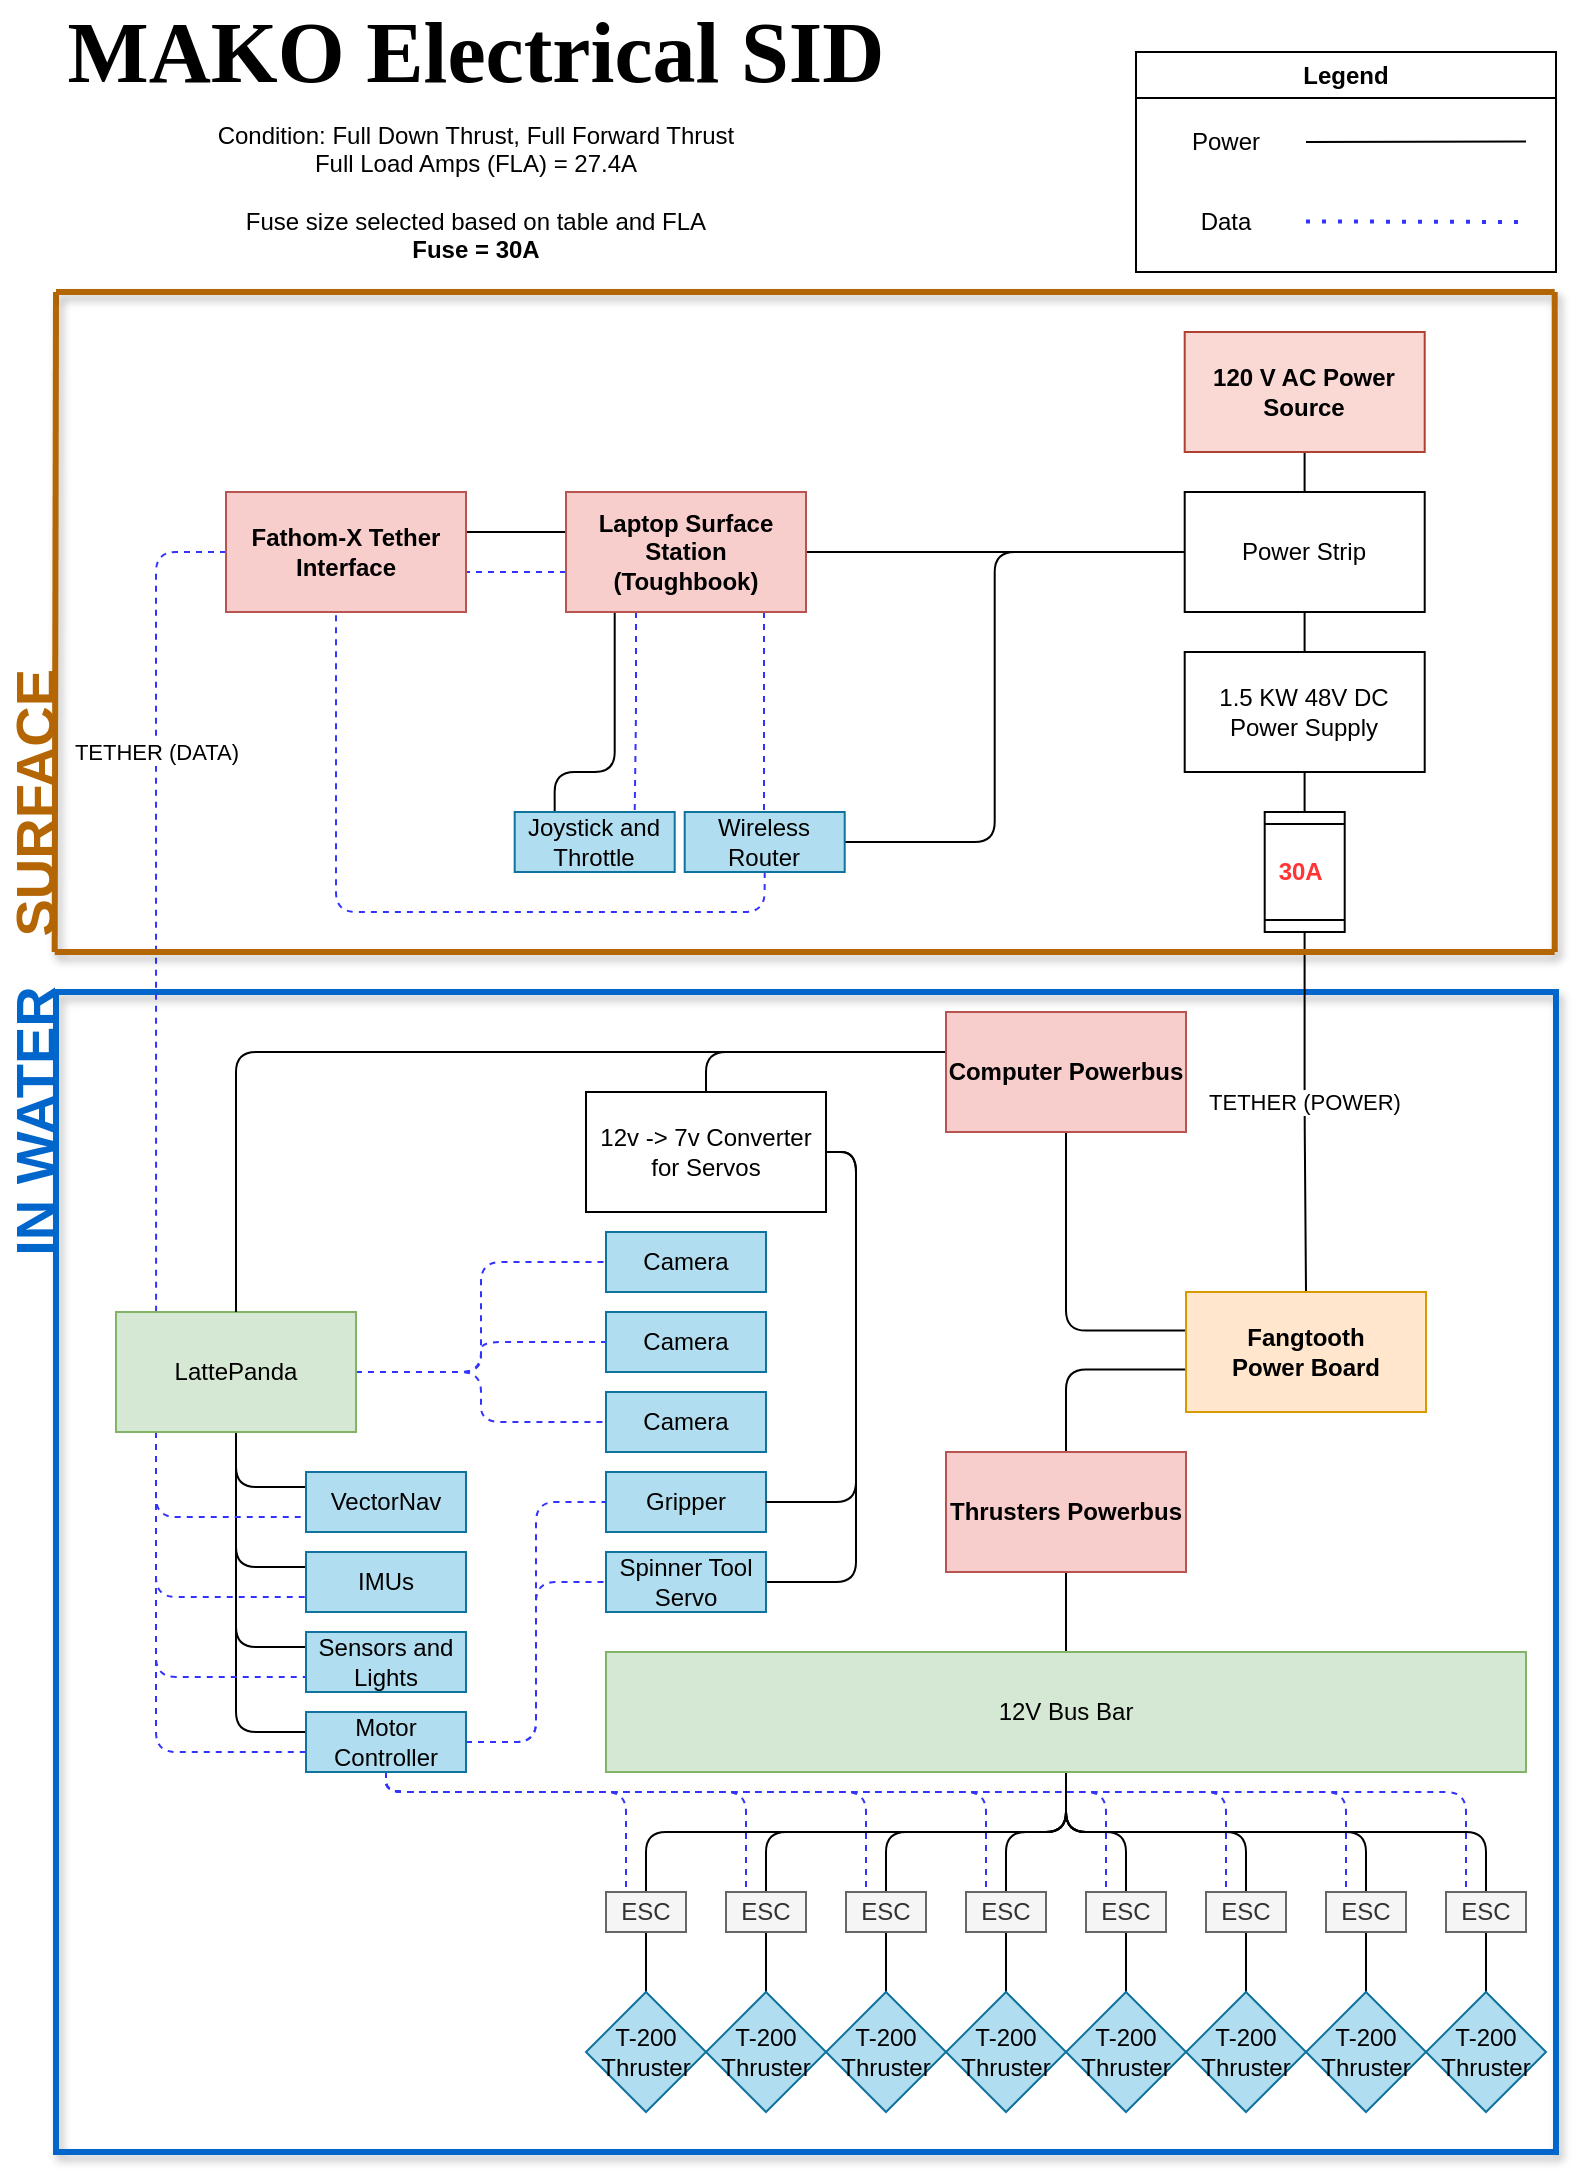
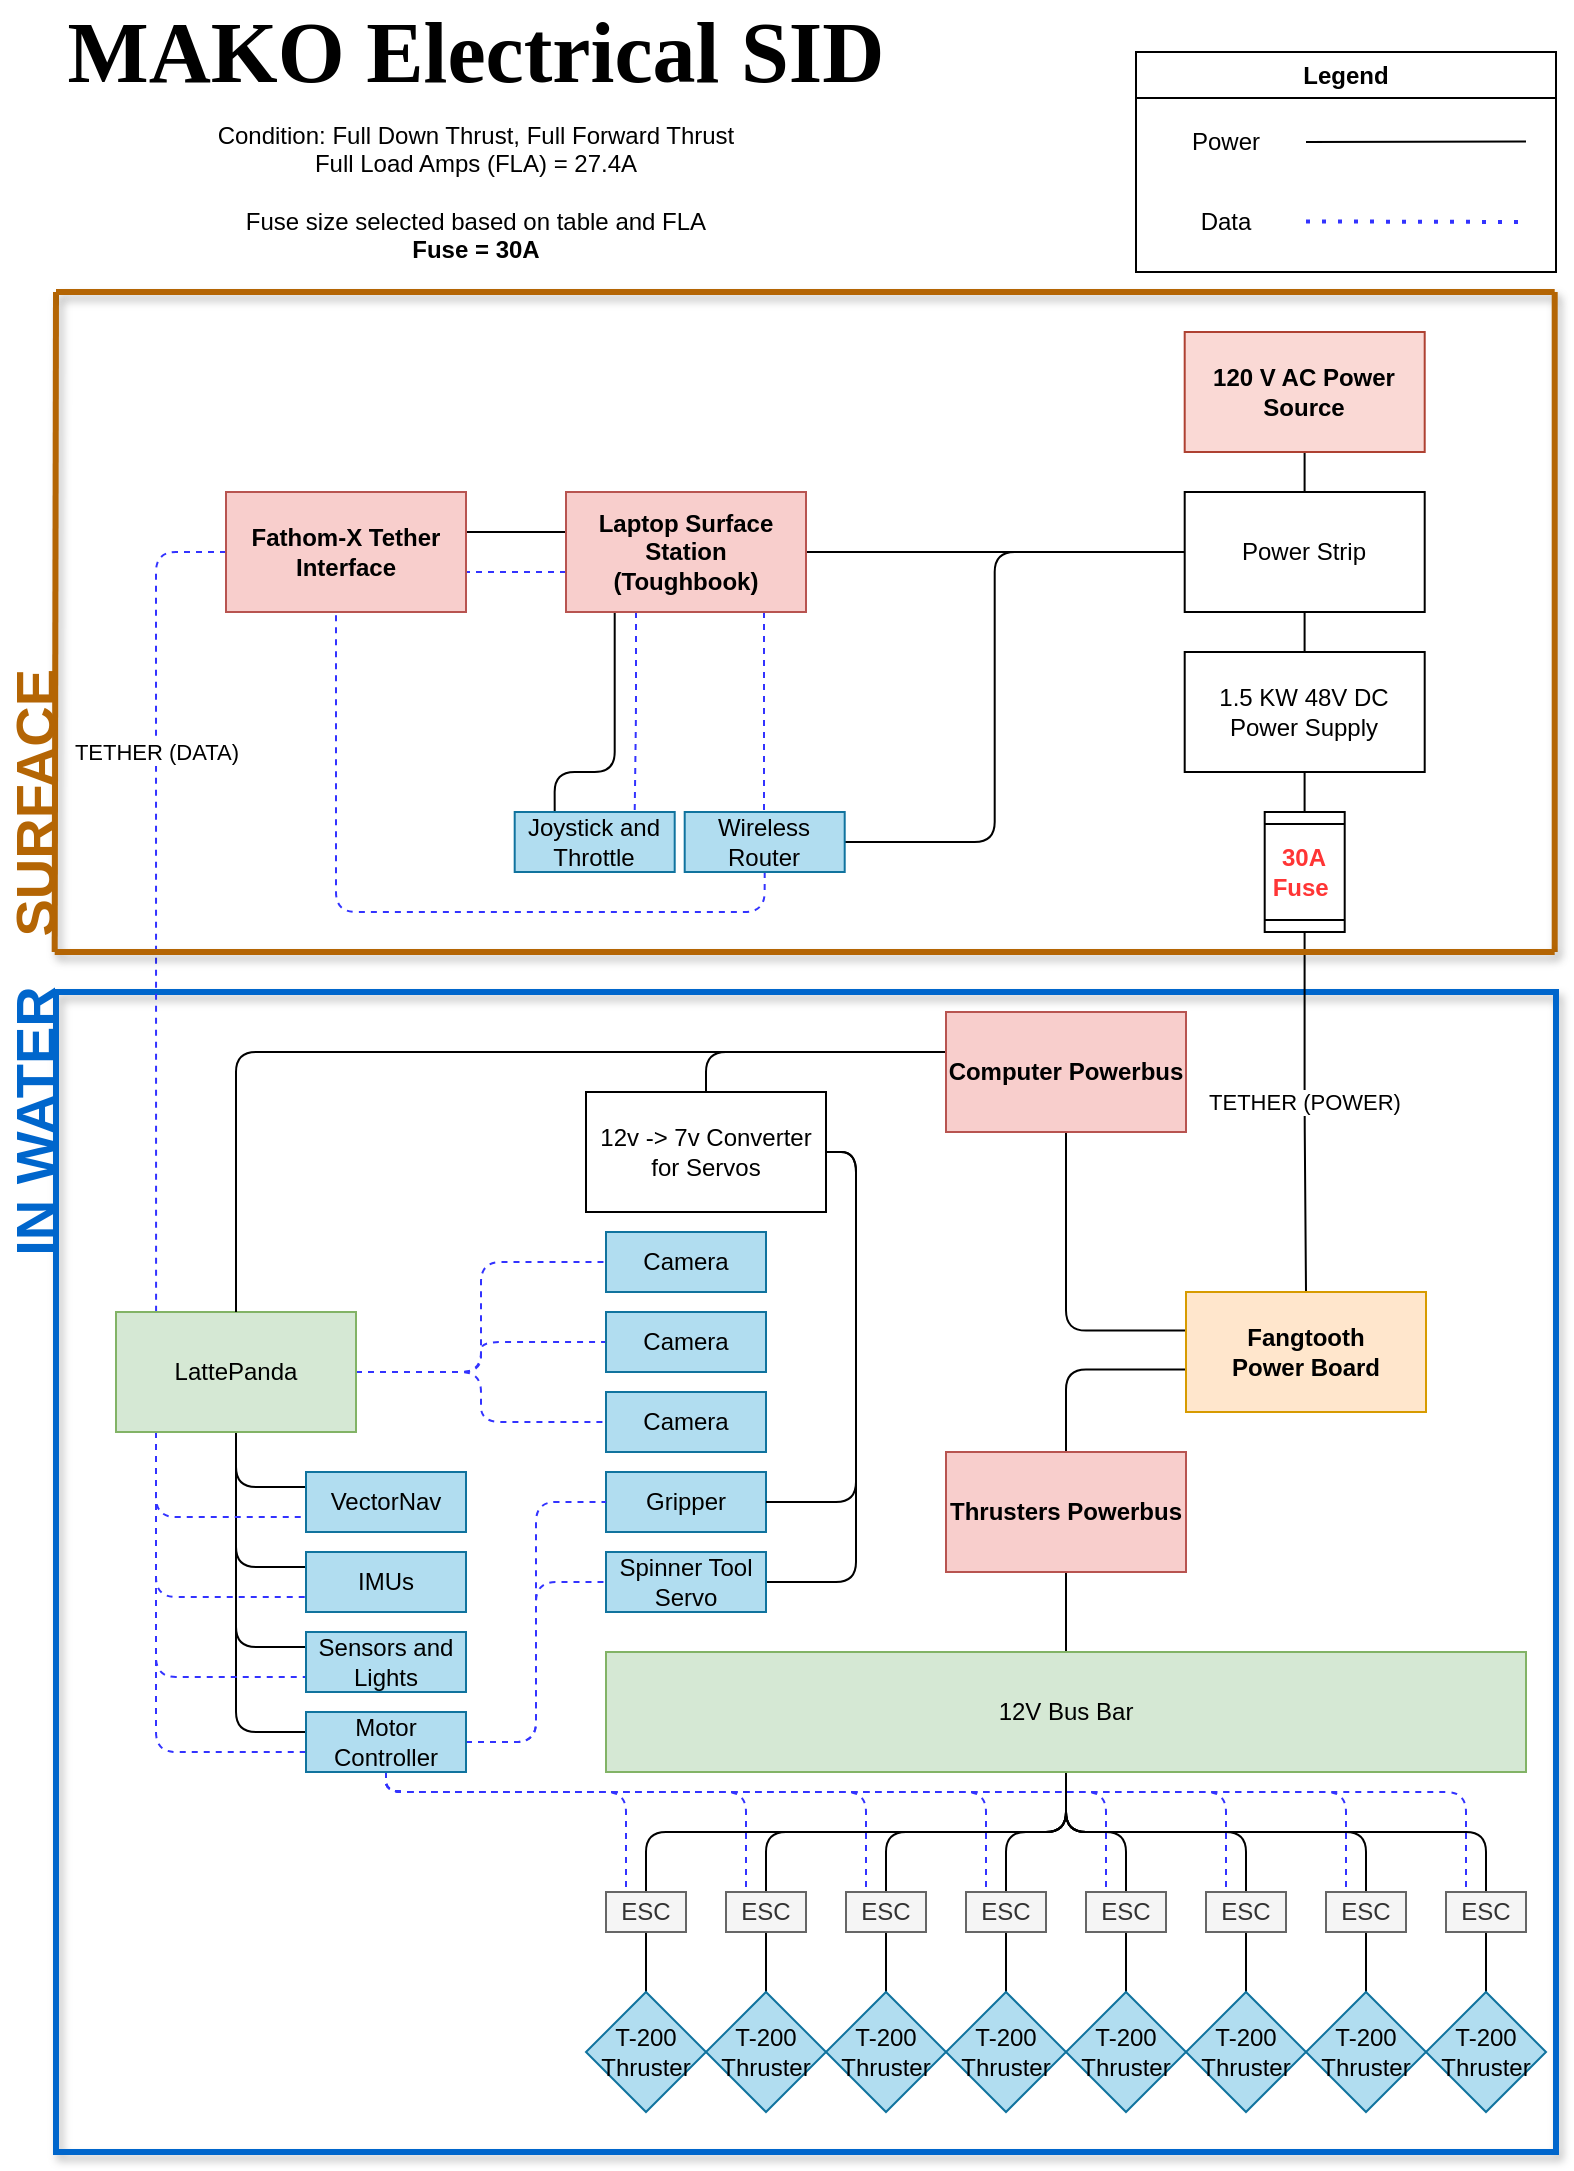
<mxfile host="app.diagrams.net" agent="Mozilla/5.0 (Windows NT 10.0; Win64; x64; rv:139.0) Gecko/20100101 Firefox/139.0">
  <diagram name="Page-1" id="doaNbLGYiiKzRFzNWdXi">
    <mxGraphModel dx="567" dy="822" grid="1" gridSize="10" guides="1" tooltips="1" connect="1" arrows="1" fold="1" page="1" pageScale="1" pageWidth="850" pageHeight="1100" math="0" shadow="0">
      <root>
        <mxCell id="0" />
        <mxCell id="1" parent="0" />
        <mxCell id="0vSBfI8_46AL9H7hPHAw-18" parent="1" style="rounded=0;whiteSpace=wrap;html=1;fillColor=none;strokeWidth=3;strokeColor=#0066CC;glass=0;shadow=1;" value="" vertex="1">
          <mxGeometry height="580" width="750" x="890" y="500" as="geometry" />
        </mxCell>
        <mxCell id="59XTsty1G1Yx93DkZX_j-1" parent="1" style="text;html=1;whiteSpace=wrap;strokeColor=none;fillColor=none;align=center;verticalAlign=middle;rounded=0;fontFamily=Times New Roman;fontStyle=1" value="&lt;font style=&quot;font-size: 43px;&quot;&gt;&lt;span&gt;MAKO Electrical SID&lt;/span&gt;&lt;/font&gt;" vertex="1">
          <mxGeometry height="40" width="420" x="890" y="10" as="geometry" />
        </mxCell>
        <mxCell id="59XTsty1G1Yx93DkZX_j-24" edge="1" parent="1" style="edgeStyle=orthogonalEdgeStyle;rounded=0;orthogonalLoop=1;jettySize=auto;html=1;exitX=0.5;exitY=1;exitDx=0;exitDy=0;">
          <mxGeometry relative="1" as="geometry">
            <mxPoint x="1435" y="910" as="sourcePoint" />
            <mxPoint x="1435" y="910" as="targetPoint" />
          </mxGeometry>
        </mxCell>
        <mxCell id="59XTsty1G1Yx93DkZX_j-45" parent="1" style="swimlane;whiteSpace=wrap;html=1;" value="Legend" vertex="1">
          <mxGeometry height="110" width="210" x="1430" y="30" as="geometry" />
        </mxCell>
        <mxCell id="59XTsty1G1Yx93DkZX_j-46" parent="59XTsty1G1Yx93DkZX_j-45" style="text;html=1;whiteSpace=wrap;strokeColor=none;fillColor=none;align=center;verticalAlign=middle;rounded=0;" value="Power" vertex="1">
          <mxGeometry height="30" width="60" x="15" y="30" as="geometry" />
        </mxCell>
        <mxCell id="59XTsty1G1Yx93DkZX_j-47" parent="59XTsty1G1Yx93DkZX_j-45" style="text;html=1;whiteSpace=wrap;strokeColor=none;fillColor=none;align=center;verticalAlign=middle;rounded=0;" value="Data" vertex="1">
          <mxGeometry height="30" width="60" x="15" y="70" as="geometry" />
        </mxCell>
        <mxCell id="59XTsty1G1Yx93DkZX_j-53" edge="1" parent="59XTsty1G1Yx93DkZX_j-45" style="endArrow=none;dashed=1;html=1;dashPattern=1 3;strokeWidth=2;strokeColor=#3333FF;" value="">
          <mxGeometry height="50" relative="1" width="50" as="geometry">
            <mxPoint x="85" y="84.72" as="sourcePoint" />
            <mxPoint x="195" y="85" as="targetPoint" />
          </mxGeometry>
        </mxCell>
        <mxCell id="59XTsty1G1Yx93DkZX_j-54" edge="1" parent="59XTsty1G1Yx93DkZX_j-45" style="endArrow=none;html=1;strokeColor=#000000;" value="">
          <mxGeometry height="50" relative="1" width="50" as="geometry">
            <mxPoint x="85" y="45.06" as="sourcePoint" />
            <mxPoint x="195" y="44.78" as="targetPoint" />
          </mxGeometry>
        </mxCell>
        <mxCell id="59XTsty1G1Yx93DkZX_j-216" edge="1" parent="1" source="59XTsty1G1Yx93DkZX_j-57" style="edgeStyle=orthogonalEdgeStyle;orthogonalLoop=1;jettySize=auto;html=1;endArrow=none;endFill=0;" target="59XTsty1G1Yx93DkZX_j-208" value="">
          <mxGeometry relative="1" as="geometry" />
        </mxCell>
        <mxCell id="59XTsty1G1Yx93DkZX_j-57" parent="1" style="rounded=0;whiteSpace=wrap;html=1;fillColor=#fad9d5;strokeColor=#ae4132;fontStyle=1" value="120 V AC Power Source" vertex="1">
          <mxGeometry height="60" width="120" x="1454.35" y="170" as="geometry" />
        </mxCell>
        <mxCell id="59XTsty1G1Yx93DkZX_j-71" edge="1" parent="1" source="59XTsty1G1Yx93DkZX_j-66" style="edgeStyle=orthogonalEdgeStyle;orthogonalLoop=1;jettySize=auto;html=1;endArrow=none;endFill=0;" target="59XTsty1G1Yx93DkZX_j-70" value="">
          <mxGeometry relative="1" as="geometry" />
        </mxCell>
        <mxCell id="59XTsty1G1Yx93DkZX_j-66" parent="1" style="rounded=0;whiteSpace=wrap;html=1;" value="&lt;div&gt;1.5 KW 48V DC Power Supply&lt;/div&gt;" vertex="1">
          <mxGeometry height="60" width="120" x="1454.35" y="330" as="geometry" />
        </mxCell>
        <mxCell id="59XTsty1G1Yx93DkZX_j-81" edge="1" parent="1" source="59XTsty1G1Yx93DkZX_j-70" style="edgeStyle=orthogonalEdgeStyle;orthogonalLoop=1;jettySize=auto;html=1;entryX=0.5;entryY=0;entryDx=0;entryDy=0;endArrow=none;endFill=0;" target="59XTsty1G1Yx93DkZX_j-101" value="">
          <mxGeometry relative="1" as="geometry">
            <mxPoint x="1515" y="470" as="targetPoint" />
          </mxGeometry>
        </mxCell>
        <mxCell id="59XTsty1G1Yx93DkZX_j-99" connectable="0" parent="59XTsty1G1Yx93DkZX_j-81" style="edgeLabel;html=1;align=center;verticalAlign=middle;resizable=0;points=[];" value="TETHER (POWER)" vertex="1">
          <mxGeometry relative="1" x="-0.062" y="-1" as="geometry">
            <mxPoint as="offset" />
          </mxGeometry>
        </mxCell>
-         <mxCell id="59XTsty1G1Yx93DkZX_j-70" parent="1" style="shape=process;whiteSpace=wrap;html=1;backgroundOutline=1;rounded=0;direction=south;" value="&lt;div&gt;&lt;b style=&quot;color: rgb(255, 53, 53);&quot;&gt;30A&amp;nbsp;&lt;/b&gt;&lt;/div&gt;" vertex="1">
+         <mxCell id="59XTsty1G1Yx93DkZX_j-70" parent="1" style="shape=process;whiteSpace=wrap;html=1;backgroundOutline=1;rounded=0;direction=south;" value="&lt;div&gt;&lt;b style=&quot;color: rgb(255, 53, 53);&quot;&gt;30A&lt;/b&gt;&lt;/div&gt;&lt;div&gt;&lt;b style=&quot;color: rgb(255, 53, 53);&quot;&gt;Fuse&amp;nbsp;&lt;/b&gt;&lt;/div&gt;" vertex="1">
          <mxGeometry height="60" width="40" x="1494.35" y="410" as="geometry" />
        </mxCell>
        <mxCell id="59XTsty1G1Yx93DkZX_j-83" parent="1" style="text;html=1;whiteSpace=wrap;strokeColor=none;fillColor=none;align=center;verticalAlign=middle;rounded=0;" value="&lt;div&gt;Condition: Full Down Thrust, Full Forward Thrust&lt;/div&gt;&lt;div&gt;Full Load Amps (FLA) = 27.4A&lt;/div&gt;&lt;div&gt;&lt;br&gt;&lt;/div&gt;&lt;div&gt;Fuse size selected based on table and FLA&lt;/div&gt;&lt;div&gt;&lt;b&gt;Fuse = 30A&lt;/b&gt;&lt;/div&gt;" vertex="1">
          <mxGeometry height="80" width="410" x="894.9999999999999" y="60" as="geometry" />
        </mxCell>
        <mxCell id="59XTsty1G1Yx93DkZX_j-205" edge="1" parent="1" source="59XTsty1G1Yx93DkZX_j-101" style="edgeStyle=orthogonalEdgeStyle;orthogonalLoop=1;jettySize=auto;html=1;entryX=0.5;entryY=1;entryDx=0;entryDy=0;exitX=-0.004;exitY=0.321;exitDx=0;exitDy=0;exitPerimeter=0;endArrow=none;endFill=0;" target="59XTsty1G1Yx93DkZX_j-180">
          <mxGeometry relative="1" as="geometry" />
        </mxCell>
        <mxCell id="59XTsty1G1Yx93DkZX_j-206" edge="1" parent="1" source="59XTsty1G1Yx93DkZX_j-101" style="edgeStyle=orthogonalEdgeStyle;orthogonalLoop=1;jettySize=auto;html=1;exitX=0.001;exitY=0.645;exitDx=0;exitDy=0;exitPerimeter=0;endArrow=none;endFill=0;" target="59XTsty1G1Yx93DkZX_j-102">
          <mxGeometry relative="1" as="geometry" />
        </mxCell>
        <mxCell id="59XTsty1G1Yx93DkZX_j-101" parent="1" style="rounded=0;whiteSpace=wrap;html=1;fillColor=#ffe6cc;strokeColor=#d79b00;fontStyle=1" value="&lt;div&gt;Fangtooth&lt;/div&gt;&lt;div&gt;Power Board&lt;/div&gt;" vertex="1">
          <mxGeometry height="60" width="120" x="1455" y="650" as="geometry" />
        </mxCell>
        <mxCell id="59XTsty1G1Yx93DkZX_j-113" edge="1" parent="1" source="59XTsty1G1Yx93DkZX_j-102" style="edgeStyle=orthogonalEdgeStyle;orthogonalLoop=1;jettySize=auto;html=1;entryX=0.5;entryY=0;entryDx=0;entryDy=0;endArrow=none;endFill=0;" target="59XTsty1G1Yx93DkZX_j-108">
          <mxGeometry relative="1" as="geometry" />
        </mxCell>
        <mxCell id="59XTsty1G1Yx93DkZX_j-102" parent="1" style="rounded=0;whiteSpace=wrap;html=1;fillColor=#f8cecc;strokeColor=#b85450;fontStyle=1" value="Thrusters Powerbus" vertex="1">
          <mxGeometry height="60" width="120" x="1335" y="730" as="geometry" />
        </mxCell>
        <mxCell id="59XTsty1G1Yx93DkZX_j-135" edge="1" parent="1" source="59XTsty1G1Yx93DkZX_j-108" style="edgeStyle=orthogonalEdgeStyle;orthogonalLoop=1;jettySize=auto;html=1;entryX=0.5;entryY=0;entryDx=0;entryDy=0;endArrow=none;endFill=0;" target="59XTsty1G1Yx93DkZX_j-116">
          <mxGeometry relative="1" as="geometry" />
        </mxCell>
        <mxCell id="59XTsty1G1Yx93DkZX_j-137" edge="1" parent="1" source="59XTsty1G1Yx93DkZX_j-108" style="edgeStyle=orthogonalEdgeStyle;orthogonalLoop=1;jettySize=auto;html=1;entryX=0.5;entryY=0;entryDx=0;entryDy=0;endArrow=none;endFill=0;" target="59XTsty1G1Yx93DkZX_j-120">
          <mxGeometry relative="1" as="geometry" />
        </mxCell>
        <mxCell id="59XTsty1G1Yx93DkZX_j-138" edge="1" parent="1" source="59XTsty1G1Yx93DkZX_j-108" style="edgeStyle=orthogonalEdgeStyle;orthogonalLoop=1;jettySize=auto;html=1;entryX=0.5;entryY=0;entryDx=0;entryDy=0;endArrow=none;endFill=0;" target="59XTsty1G1Yx93DkZX_j-117">
          <mxGeometry relative="1" as="geometry" />
        </mxCell>
        <mxCell id="59XTsty1G1Yx93DkZX_j-139" edge="1" parent="1" source="59XTsty1G1Yx93DkZX_j-108" style="edgeStyle=orthogonalEdgeStyle;orthogonalLoop=1;jettySize=auto;html=1;entryX=0.5;entryY=0;entryDx=0;entryDy=0;endArrow=none;endFill=0;" target="59XTsty1G1Yx93DkZX_j-118">
          <mxGeometry relative="1" as="geometry" />
        </mxCell>
        <mxCell id="59XTsty1G1Yx93DkZX_j-140" edge="1" parent="1" source="59XTsty1G1Yx93DkZX_j-108" style="edgeStyle=orthogonalEdgeStyle;orthogonalLoop=1;jettySize=auto;html=1;entryX=0.5;entryY=0;entryDx=0;entryDy=0;endArrow=none;endFill=0;" target="59XTsty1G1Yx93DkZX_j-121">
          <mxGeometry relative="1" as="geometry" />
        </mxCell>
        <mxCell id="59XTsty1G1Yx93DkZX_j-141" edge="1" parent="1" source="59XTsty1G1Yx93DkZX_j-108" style="edgeStyle=orthogonalEdgeStyle;orthogonalLoop=1;jettySize=auto;html=1;entryX=0.5;entryY=0;entryDx=0;entryDy=0;endArrow=none;endFill=0;" target="59XTsty1G1Yx93DkZX_j-122">
          <mxGeometry relative="1" as="geometry" />
        </mxCell>
        <mxCell id="59XTsty1G1Yx93DkZX_j-142" edge="1" parent="1" source="59XTsty1G1Yx93DkZX_j-108" style="edgeStyle=orthogonalEdgeStyle;orthogonalLoop=1;jettySize=auto;html=1;entryX=0.5;entryY=0;entryDx=0;entryDy=0;endArrow=none;endFill=0;" target="59XTsty1G1Yx93DkZX_j-123">
          <mxGeometry relative="1" as="geometry" />
        </mxCell>
        <mxCell id="59XTsty1G1Yx93DkZX_j-143" edge="1" parent="1" source="59XTsty1G1Yx93DkZX_j-108" style="edgeStyle=orthogonalEdgeStyle;orthogonalLoop=1;jettySize=auto;html=1;endArrow=none;endFill=0;" target="59XTsty1G1Yx93DkZX_j-124">
          <mxGeometry relative="1" as="geometry" />
        </mxCell>
        <mxCell id="59XTsty1G1Yx93DkZX_j-108" parent="1" style="rounded=0;whiteSpace=wrap;html=1;fillColor=#d5e8d4;strokeColor=#82b366;fontStyle=0" value="&lt;span&gt;12V Bus Bar&lt;/span&gt;" vertex="1">
          <mxGeometry height="60" width="460" x="1165" y="830" as="geometry" />
        </mxCell>
        <mxCell id="59XTsty1G1Yx93DkZX_j-158" edge="1" parent="1" source="59XTsty1G1Yx93DkZX_j-111" style="edgeStyle=orthogonalEdgeStyle;orthogonalLoop=1;jettySize=auto;html=1;entryX=0;entryY=0.5;entryDx=0;entryDy=0;dashed=1;strokeColor=#3333FF;endArrow=none;endFill=0;" target="59XTsty1G1Yx93DkZX_j-154">
          <mxGeometry relative="1" as="geometry" />
        </mxCell>
        <mxCell id="59XTsty1G1Yx93DkZX_j-159" edge="1" parent="1" source="59XTsty1G1Yx93DkZX_j-111" style="edgeStyle=orthogonalEdgeStyle;orthogonalLoop=1;jettySize=auto;html=1;entryX=0;entryY=0.5;entryDx=0;entryDy=0;dashed=1;strokeColor=#3333FF;endArrow=none;endFill=0;" target="59XTsty1G1Yx93DkZX_j-153">
          <mxGeometry relative="1" as="geometry" />
        </mxCell>
        <mxCell id="59XTsty1G1Yx93DkZX_j-232" edge="1" parent="1" source="59XTsty1G1Yx93DkZX_j-111" style="edgeStyle=orthogonalEdgeStyle;orthogonalLoop=1;jettySize=auto;html=1;entryX=0;entryY=0.25;entryDx=0;entryDy=0;endArrow=none;endFill=0;" target="59XTsty1G1Yx93DkZX_j-164">
          <mxGeometry relative="1" as="geometry">
            <Array as="points">
              <mxPoint x="980" y="748" />
            </Array>
          </mxGeometry>
        </mxCell>
        <mxCell id="59XTsty1G1Yx93DkZX_j-233" edge="1" parent="1" source="59XTsty1G1Yx93DkZX_j-111" style="edgeStyle=orthogonalEdgeStyle;orthogonalLoop=1;jettySize=auto;html=1;entryX=0;entryY=0.25;entryDx=0;entryDy=0;endArrow=none;endFill=0;" target="59XTsty1G1Yx93DkZX_j-163">
          <mxGeometry relative="1" as="geometry">
            <Array as="points">
              <mxPoint x="980" y="788" />
            </Array>
          </mxGeometry>
        </mxCell>
        <mxCell id="59XTsty1G1Yx93DkZX_j-234" edge="1" parent="1" source="59XTsty1G1Yx93DkZX_j-111" style="edgeStyle=orthogonalEdgeStyle;orthogonalLoop=1;jettySize=auto;html=1;entryX=0;entryY=0.25;entryDx=0;entryDy=0;endArrow=none;endFill=0;" target="59XTsty1G1Yx93DkZX_j-165">
          <mxGeometry relative="1" as="geometry">
            <Array as="points">
              <mxPoint x="980" y="828" />
            </Array>
          </mxGeometry>
        </mxCell>
        <mxCell id="59XTsty1G1Yx93DkZX_j-235" edge="1" parent="1" source="59XTsty1G1Yx93DkZX_j-111" style="edgeStyle=orthogonalEdgeStyle;orthogonalLoop=1;jettySize=auto;html=1;entryX=0.003;entryY=0.353;entryDx=0;entryDy=0;entryPerimeter=0;endArrow=none;endFill=0;" target="59XTsty1G1Yx93DkZX_j-231">
          <mxGeometry relative="1" as="geometry">
            <Array as="points">
              <mxPoint x="980" y="870" />
              <mxPoint x="1015" y="870" />
            </Array>
          </mxGeometry>
        </mxCell>
        <mxCell id="59XTsty1G1Yx93DkZX_j-236" edge="1" parent="1" source="59XTsty1G1Yx93DkZX_j-111" style="edgeStyle=orthogonalEdgeStyle;orthogonalLoop=1;jettySize=auto;html=1;entryX=-0.002;entryY=0.647;entryDx=0;entryDy=0;dashed=1;strokeColor=#3333FF;entryPerimeter=0;endArrow=none;endFill=0;" target="59XTsty1G1Yx93DkZX_j-231">
          <mxGeometry relative="1" as="geometry">
            <Array as="points">
              <mxPoint x="940" y="880" />
              <mxPoint x="1015" y="880" />
            </Array>
          </mxGeometry>
        </mxCell>
        <mxCell id="59XTsty1G1Yx93DkZX_j-237" edge="1" parent="1" source="59XTsty1G1Yx93DkZX_j-111" style="edgeStyle=orthogonalEdgeStyle;orthogonalLoop=1;jettySize=auto;html=1;entryX=0;entryY=0.75;entryDx=0;entryDy=0;dashed=1;strokeColor=#3333FF;endArrow=none;endFill=0;" target="59XTsty1G1Yx93DkZX_j-165">
          <mxGeometry relative="1" as="geometry">
            <Array as="points">
              <mxPoint x="940" y="843" />
            </Array>
          </mxGeometry>
        </mxCell>
        <mxCell id="59XTsty1G1Yx93DkZX_j-238" edge="1" parent="1" source="59XTsty1G1Yx93DkZX_j-111" style="edgeStyle=orthogonalEdgeStyle;orthogonalLoop=1;jettySize=auto;html=1;entryX=0;entryY=0.75;entryDx=0;entryDy=0;dashed=1;strokeColor=#3333FF;endArrow=none;endFill=0;" target="59XTsty1G1Yx93DkZX_j-163">
          <mxGeometry relative="1" as="geometry">
            <Array as="points">
              <mxPoint x="940" y="803" />
            </Array>
          </mxGeometry>
        </mxCell>
        <mxCell id="59XTsty1G1Yx93DkZX_j-239" edge="1" parent="1" source="59XTsty1G1Yx93DkZX_j-111" style="edgeStyle=orthogonalEdgeStyle;orthogonalLoop=1;jettySize=auto;html=1;entryX=0;entryY=0.75;entryDx=0;entryDy=0;dashed=1;strokeColor=#3333FF;endArrow=none;endFill=0;" target="59XTsty1G1Yx93DkZX_j-164">
          <mxGeometry relative="1" as="geometry">
            <Array as="points">
              <mxPoint x="940" y="763" />
            </Array>
          </mxGeometry>
        </mxCell>
        <mxCell id="0vSBfI8_46AL9H7hPHAw-38" edge="1" parent="1" source="59XTsty1G1Yx93DkZX_j-111" style="edgeStyle=orthogonalEdgeStyle;rounded=1;orthogonalLoop=1;jettySize=auto;html=1;entryX=0;entryY=0.5;entryDx=0;entryDy=0;curved=0;endArrow=none;endFill=0;dashed=1;strokeColor=#3333FF;" target="0vSBfI8_46AL9H7hPHAw-37">
          <mxGeometry relative="1" as="geometry" />
        </mxCell>
        <mxCell id="59XTsty1G1Yx93DkZX_j-111" parent="1" style="rounded=0;whiteSpace=wrap;html=1;fillColor=#d5e8d4;strokeColor=#82b366;" value="LattePanda" vertex="1">
          <mxGeometry height="60" width="120" x="920" y="660" as="geometry" />
        </mxCell>
        <mxCell id="59XTsty1G1Yx93DkZX_j-145" edge="1" parent="1" source="59XTsty1G1Yx93DkZX_j-116" style="edgeStyle=orthogonalEdgeStyle;orthogonalLoop=1;jettySize=auto;html=1;entryX=0.5;entryY=0;entryDx=0;entryDy=0;endArrow=none;endFill=0;" target="59XTsty1G1Yx93DkZX_j-126">
          <mxGeometry relative="1" as="geometry" />
        </mxCell>
        <mxCell id="59XTsty1G1Yx93DkZX_j-116" parent="1" style="rounded=0;whiteSpace=wrap;html=1;fillColor=#f5f5f5;fontColor=#333333;strokeColor=#666666;" value="ESC" vertex="1">
          <mxGeometry height="20" width="40" x="1165" y="950" as="geometry" />
        </mxCell>
        <mxCell id="59XTsty1G1Yx93DkZX_j-147" edge="1" parent="1" source="59XTsty1G1Yx93DkZX_j-117" style="edgeStyle=orthogonalEdgeStyle;orthogonalLoop=1;jettySize=auto;html=1;entryX=0.5;entryY=0;entryDx=0;entryDy=0;endArrow=none;endFill=0;" target="59XTsty1G1Yx93DkZX_j-128">
          <mxGeometry relative="1" as="geometry" />
        </mxCell>
        <mxCell id="59XTsty1G1Yx93DkZX_j-117" parent="1" style="rounded=0;whiteSpace=wrap;html=1;fillColor=#f5f5f5;fontColor=#333333;strokeColor=#666666;" value="ESC" vertex="1">
          <mxGeometry height="20" width="40" x="1285" y="950" as="geometry" />
        </mxCell>
        <mxCell id="59XTsty1G1Yx93DkZX_j-148" edge="1" parent="1" source="59XTsty1G1Yx93DkZX_j-118" style="edgeStyle=orthogonalEdgeStyle;orthogonalLoop=1;jettySize=auto;html=1;entryX=0.5;entryY=0;entryDx=0;entryDy=0;endArrow=none;endFill=0;" target="59XTsty1G1Yx93DkZX_j-129">
          <mxGeometry relative="1" as="geometry" />
        </mxCell>
        <mxCell id="59XTsty1G1Yx93DkZX_j-118" parent="1" style="rounded=0;whiteSpace=wrap;html=1;fillColor=#f5f5f5;fontColor=#333333;strokeColor=#666666;" value="ESC" vertex="1">
          <mxGeometry height="20" width="40" x="1345" y="950" as="geometry" />
        </mxCell>
        <mxCell id="59XTsty1G1Yx93DkZX_j-146" edge="1" parent="1" source="59XTsty1G1Yx93DkZX_j-120" style="edgeStyle=orthogonalEdgeStyle;orthogonalLoop=1;jettySize=auto;html=1;entryX=0.5;entryY=0;entryDx=0;entryDy=0;endArrow=none;endFill=0;" target="59XTsty1G1Yx93DkZX_j-127">
          <mxGeometry relative="1" as="geometry" />
        </mxCell>
        <mxCell id="59XTsty1G1Yx93DkZX_j-120" parent="1" style="rounded=0;whiteSpace=wrap;html=1;fillColor=#f5f5f5;fontColor=#333333;strokeColor=#666666;" value="ESC" vertex="1">
          <mxGeometry height="20" width="40" x="1225" y="950" as="geometry" />
        </mxCell>
        <mxCell id="59XTsty1G1Yx93DkZX_j-149" edge="1" parent="1" source="59XTsty1G1Yx93DkZX_j-121" style="edgeStyle=orthogonalEdgeStyle;orthogonalLoop=1;jettySize=auto;html=1;entryX=0.5;entryY=0;entryDx=0;entryDy=0;endArrow=none;endFill=0;" target="59XTsty1G1Yx93DkZX_j-130">
          <mxGeometry relative="1" as="geometry" />
        </mxCell>
        <mxCell id="59XTsty1G1Yx93DkZX_j-121" parent="1" style="rounded=0;whiteSpace=wrap;html=1;fillColor=#f5f5f5;fontColor=#333333;strokeColor=#666666;" value="ESC" vertex="1">
          <mxGeometry height="20" width="40" x="1405" y="950" as="geometry" />
        </mxCell>
        <mxCell id="59XTsty1G1Yx93DkZX_j-150" edge="1" parent="1" source="59XTsty1G1Yx93DkZX_j-122" style="edgeStyle=orthogonalEdgeStyle;orthogonalLoop=1;jettySize=auto;html=1;entryX=0.5;entryY=0;entryDx=0;entryDy=0;endArrow=none;endFill=0;" target="59XTsty1G1Yx93DkZX_j-131">
          <mxGeometry relative="1" as="geometry" />
        </mxCell>
        <mxCell id="59XTsty1G1Yx93DkZX_j-122" parent="1" style="rounded=0;whiteSpace=wrap;html=1;fillColor=#f5f5f5;fontColor=#333333;strokeColor=#666666;" value="ESC" vertex="1">
          <mxGeometry height="20" width="40" x="1465" y="950" as="geometry" />
        </mxCell>
        <mxCell id="59XTsty1G1Yx93DkZX_j-151" edge="1" parent="1" source="59XTsty1G1Yx93DkZX_j-123" style="edgeStyle=orthogonalEdgeStyle;orthogonalLoop=1;jettySize=auto;html=1;entryX=0.5;entryY=0;entryDx=0;entryDy=0;endArrow=none;endFill=0;" target="59XTsty1G1Yx93DkZX_j-132">
          <mxGeometry relative="1" as="geometry" />
        </mxCell>
        <mxCell id="59XTsty1G1Yx93DkZX_j-123" parent="1" style="rounded=0;whiteSpace=wrap;html=1;fillColor=#f5f5f5;fontColor=#333333;strokeColor=#666666;" value="ESC" vertex="1">
          <mxGeometry height="20" width="40" x="1525" y="950" as="geometry" />
        </mxCell>
        <mxCell id="59XTsty1G1Yx93DkZX_j-152" edge="1" parent="1" source="59XTsty1G1Yx93DkZX_j-124" style="edgeStyle=orthogonalEdgeStyle;orthogonalLoop=1;jettySize=auto;html=1;entryX=0.5;entryY=0;entryDx=0;entryDy=0;endArrow=none;endFill=0;" target="59XTsty1G1Yx93DkZX_j-133">
          <mxGeometry relative="1" as="geometry" />
        </mxCell>
        <mxCell id="59XTsty1G1Yx93DkZX_j-124" parent="1" style="rounded=0;whiteSpace=wrap;html=1;fillColor=#f5f5f5;fontColor=#333333;strokeColor=#666666;" value="ESC" vertex="1">
          <mxGeometry height="20" width="40" x="1585" y="950" as="geometry" />
        </mxCell>
        <mxCell id="59XTsty1G1Yx93DkZX_j-126" parent="1" style="rhombus;whiteSpace=wrap;html=1;fillColor=#b1ddf0;strokeColor=#10739e;" value="T-200 Thruster" vertex="1">
          <mxGeometry height="60" width="60" x="1155" y="1000" as="geometry" />
        </mxCell>
        <mxCell id="59XTsty1G1Yx93DkZX_j-127" parent="1" style="rhombus;whiteSpace=wrap;html=1;fillColor=#b1ddf0;strokeColor=#10739e;" value="T-200 Thruster" vertex="1">
          <mxGeometry height="60" width="60" x="1215" y="1000" as="geometry" />
        </mxCell>
        <mxCell id="59XTsty1G1Yx93DkZX_j-128" parent="1" style="rhombus;whiteSpace=wrap;html=1;fillColor=#b1ddf0;strokeColor=#10739e;" value="T-200 Thruster" vertex="1">
          <mxGeometry height="60" width="60" x="1275" y="1000" as="geometry" />
        </mxCell>
        <mxCell id="59XTsty1G1Yx93DkZX_j-129" parent="1" style="rhombus;whiteSpace=wrap;html=1;fillColor=#b1ddf0;strokeColor=#10739e;" value="T-200 Thruster" vertex="1">
          <mxGeometry height="60" width="60" x="1335" y="1000" as="geometry" />
        </mxCell>
        <mxCell id="59XTsty1G1Yx93DkZX_j-130" parent="1" style="rhombus;whiteSpace=wrap;html=1;fillColor=#b1ddf0;strokeColor=#10739e;" value="T-200 Thruster" vertex="1">
          <mxGeometry height="60" width="60" x="1395" y="1000" as="geometry" />
        </mxCell>
        <mxCell id="59XTsty1G1Yx93DkZX_j-131" parent="1" style="rhombus;whiteSpace=wrap;html=1;fillColor=#b1ddf0;strokeColor=#10739e;" value="T-200 Thruster" vertex="1">
          <mxGeometry height="60" width="60" x="1455" y="1000" as="geometry" />
        </mxCell>
        <mxCell id="59XTsty1G1Yx93DkZX_j-132" parent="1" style="rhombus;whiteSpace=wrap;html=1;fillColor=#b1ddf0;strokeColor=#10739e;" value="T-200 Thruster" vertex="1">
          <mxGeometry height="60" width="60" x="1515" y="1000" as="geometry" />
        </mxCell>
        <mxCell id="59XTsty1G1Yx93DkZX_j-133" parent="1" style="rhombus;whiteSpace=wrap;html=1;fillColor=#b1ddf0;strokeColor=#10739e;" value="T-200 Thruster" vertex="1">
          <mxGeometry height="60" width="60" x="1575" y="1000" as="geometry" />
        </mxCell>
        <mxCell id="59XTsty1G1Yx93DkZX_j-153" parent="1" style="rounded=0;whiteSpace=wrap;html=1;fillColor=#b1ddf0;strokeColor=#10739e;" value="Camera" vertex="1">
          <mxGeometry height="30" width="80" x="1165" y="660" as="geometry" />
        </mxCell>
        <mxCell id="59XTsty1G1Yx93DkZX_j-154" parent="1" style="rounded=0;whiteSpace=wrap;html=1;fillColor=#b1ddf0;strokeColor=#10739e;" value="Camera" vertex="1">
          <mxGeometry height="30" width="80" x="1165" y="700" as="geometry" />
        </mxCell>
        <mxCell id="59XTsty1G1Yx93DkZX_j-155" parent="1" style="rounded=0;whiteSpace=wrap;html=1;fillColor=#b1ddf0;strokeColor=#10739e;" value="Gripper" vertex="1">
          <mxGeometry height="30" width="80" x="1165" y="740" as="geometry" />
        </mxCell>
        <mxCell id="59XTsty1G1Yx93DkZX_j-163" parent="1" style="rounded=0;whiteSpace=wrap;html=1;fillColor=#b1ddf0;strokeColor=#10739e;" value="IMUs" vertex="1">
          <mxGeometry height="30" width="80" x="1015" y="780" as="geometry" />
        </mxCell>
        <mxCell id="59XTsty1G1Yx93DkZX_j-164" parent="1" style="rounded=0;whiteSpace=wrap;html=1;fillColor=#b1ddf0;strokeColor=#10739e;" value="VectorNav" vertex="1">
          <mxGeometry height="30" width="80" x="1015" y="740" as="geometry" />
        </mxCell>
        <mxCell id="59XTsty1G1Yx93DkZX_j-165" parent="1" style="rounded=0;whiteSpace=wrap;html=1;fillColor=#b1ddf0;strokeColor=#10739e;" value="Sensors and Lights" vertex="1">
          <mxGeometry height="30" width="80" x="1015" y="820" as="geometry" />
        </mxCell>
        <mxCell id="59XTsty1G1Yx93DkZX_j-185" edge="1" parent="1" source="59XTsty1G1Yx93DkZX_j-179" style="edgeStyle=orthogonalEdgeStyle;orthogonalLoop=1;jettySize=auto;html=1;entryX=1;entryY=0.5;entryDx=0;entryDy=0;endArrow=none;endFill=0;" target="59XTsty1G1Yx93DkZX_j-155">
          <mxGeometry relative="1" as="geometry">
            <Array as="points">
              <mxPoint x="1290" y="580" />
              <mxPoint x="1290" y="755" />
            </Array>
          </mxGeometry>
        </mxCell>
        <mxCell id="0vSBfI8_46AL9H7hPHAw-5" edge="1" parent="1" source="59XTsty1G1Yx93DkZX_j-179" style="edgeStyle=orthogonalEdgeStyle;rounded=1;orthogonalLoop=1;jettySize=auto;html=1;entryX=1;entryY=0.5;entryDx=0;entryDy=0;curved=0;endArrow=none;endFill=0;" target="0vSBfI8_46AL9H7hPHAw-3">
          <mxGeometry relative="1" as="geometry">
            <Array as="points">
              <mxPoint x="1290" y="580" />
              <mxPoint x="1290" y="795" />
            </Array>
          </mxGeometry>
        </mxCell>
        <mxCell id="59XTsty1G1Yx93DkZX_j-179" parent="1" style="rounded=0;whiteSpace=wrap;html=1;" value="12v -&amp;gt; 7v Converter for Servos" vertex="1">
          <mxGeometry height="60" width="120" x="1155" y="550" as="geometry" />
        </mxCell>
        <mxCell id="59XTsty1G1Yx93DkZX_j-183" edge="1" parent="1" source="59XTsty1G1Yx93DkZX_j-180" style="edgeStyle=orthogonalEdgeStyle;orthogonalLoop=1;jettySize=auto;html=1;endArrow=none;endFill=0;" target="59XTsty1G1Yx93DkZX_j-111">
          <mxGeometry relative="1" as="geometry">
            <Array as="points">
              <mxPoint x="980" y="530" />
            </Array>
          </mxGeometry>
        </mxCell>
        <mxCell id="59XTsty1G1Yx93DkZX_j-184" edge="1" parent="1" source="59XTsty1G1Yx93DkZX_j-180" style="edgeStyle=orthogonalEdgeStyle;orthogonalLoop=1;jettySize=auto;html=1;entryX=0.5;entryY=0;entryDx=0;entryDy=0;endArrow=none;endFill=0;" target="59XTsty1G1Yx93DkZX_j-179">
          <mxGeometry relative="1" as="geometry">
            <Array as="points">
              <mxPoint x="1215" y="530" />
            </Array>
          </mxGeometry>
        </mxCell>
        <mxCell id="59XTsty1G1Yx93DkZX_j-180" parent="1" style="rounded=0;whiteSpace=wrap;html=1;fillColor=#f8cecc;strokeColor=#b85450;fontStyle=1" value="Computer Powerbus" vertex="1">
          <mxGeometry height="60" width="120" x="1335" y="510" as="geometry" />
        </mxCell>
        <mxCell id="59XTsty1G1Yx93DkZX_j-218" edge="1" parent="1" source="59XTsty1G1Yx93DkZX_j-208" style="edgeStyle=orthogonalEdgeStyle;orthogonalLoop=1;jettySize=auto;html=1;endArrow=none;endFill=0;" target="59XTsty1G1Yx93DkZX_j-66">
          <mxGeometry relative="1" as="geometry" />
        </mxCell>
        <mxCell id="59XTsty1G1Yx93DkZX_j-219" edge="1" parent="1" source="59XTsty1G1Yx93DkZX_j-208" style="edgeStyle=orthogonalEdgeStyle;orthogonalLoop=1;jettySize=auto;html=1;entryX=1;entryY=0.5;entryDx=0;entryDy=0;endArrow=none;endFill=0;" target="59XTsty1G1Yx93DkZX_j-214">
          <mxGeometry relative="1" as="geometry" />
        </mxCell>
        <mxCell id="59XTsty1G1Yx93DkZX_j-224" edge="1" parent="1" source="59XTsty1G1Yx93DkZX_j-208" style="edgeStyle=orthogonalEdgeStyle;orthogonalLoop=1;jettySize=auto;html=1;entryX=1;entryY=0.5;entryDx=0;entryDy=0;endArrow=none;endFill=0;" target="59XTsty1G1Yx93DkZX_j-221">
          <mxGeometry relative="1" as="geometry">
            <Array as="points">
              <mxPoint x="1359.35" y="280" />
              <mxPoint x="1359.35" y="425" />
            </Array>
          </mxGeometry>
        </mxCell>
        <mxCell id="59XTsty1G1Yx93DkZX_j-208" parent="1" style="rounded=0;whiteSpace=wrap;html=1;" value="Power Strip" vertex="1">
          <mxGeometry height="60" width="120" x="1454.35" y="250" as="geometry" />
        </mxCell>
        <mxCell id="59XTsty1G1Yx93DkZX_j-226" edge="1" parent="1" source="59XTsty1G1Yx93DkZX_j-214" style="edgeStyle=orthogonalEdgeStyle;orthogonalLoop=1;jettySize=auto;html=1;dashed=1;strokeColor=#3333FF;entryX=0.75;entryY=0;entryDx=0;entryDy=0;endArrow=none;endFill=0;" target="59XTsty1G1Yx93DkZX_j-222" value="">
          <mxGeometry relative="1" as="geometry">
            <Array as="points">
              <mxPoint x="1180" y="360" />
              <mxPoint x="1179" y="360" />
            </Array>
          </mxGeometry>
        </mxCell>
        <mxCell id="59XTsty1G1Yx93DkZX_j-227" edge="1" parent="1" source="59XTsty1G1Yx93DkZX_j-214" style="edgeStyle=orthogonalEdgeStyle;orthogonalLoop=1;jettySize=auto;html=1;dashed=1;strokeColor=#3333FF;endArrow=none;endFill=0;" target="59XTsty1G1Yx93DkZX_j-221">
          <mxGeometry relative="1" as="geometry">
            <Array as="points">
              <mxPoint x="1244" y="350" />
              <mxPoint x="1244" y="350" />
            </Array>
          </mxGeometry>
        </mxCell>
        <mxCell id="0vSBfI8_46AL9H7hPHAw-9" edge="1" parent="1" source="59XTsty1G1Yx93DkZX_j-214" style="edgeStyle=orthogonalEdgeStyle;rounded=0;orthogonalLoop=1;jettySize=auto;html=1;endArrow=none;endFill=0;" target="0vSBfI8_46AL9H7hPHAw-7" value="">
          <mxGeometry relative="1" as="geometry">
            <Array as="points">
              <mxPoint x="1120" y="270" />
              <mxPoint x="1120" y="270" />
            </Array>
          </mxGeometry>
        </mxCell>
        <mxCell id="0vSBfI8_46AL9H7hPHAw-13" edge="1" parent="1" source="59XTsty1G1Yx93DkZX_j-214" style="edgeStyle=orthogonalEdgeStyle;rounded=1;orthogonalLoop=1;jettySize=auto;html=1;entryX=0.25;entryY=0;entryDx=0;entryDy=0;curved=0;endArrow=none;endFill=0;" target="59XTsty1G1Yx93DkZX_j-222">
          <mxGeometry relative="1" as="geometry">
            <Array as="points">
              <mxPoint x="1169.35" y="390" />
              <mxPoint x="1139.35" y="390" />
            </Array>
          </mxGeometry>
        </mxCell>
        <mxCell id="0vSBfI8_46AL9H7hPHAw-36" edge="1" parent="1" source="59XTsty1G1Yx93DkZX_j-214" style="edgeStyle=orthogonalEdgeStyle;rounded=0;orthogonalLoop=1;jettySize=auto;html=1;dashed=1;strokeColor=#3333FF;endArrow=none;endFill=0;" target="0vSBfI8_46AL9H7hPHAw-7" value="">
          <mxGeometry relative="1" as="geometry">
            <Array as="points">
              <mxPoint x="1120" y="290" />
              <mxPoint x="1120" y="290" />
            </Array>
          </mxGeometry>
        </mxCell>
        <mxCell id="59XTsty1G1Yx93DkZX_j-214" parent="1" style="rounded=0;whiteSpace=wrap;html=1;fillColor=#f8cecc;strokeColor=#b85450;fontStyle=1" value="&lt;div&gt;Laptop Surface Station&lt;/div&gt;&lt;div&gt;(Toughbook)&lt;/div&gt;" vertex="1">
          <mxGeometry height="60" width="120" x="1145" y="250" as="geometry" />
        </mxCell>
        <mxCell id="0vSBfI8_46AL9H7hPHAw-10" edge="1" parent="1" source="59XTsty1G1Yx93DkZX_j-221" style="edgeStyle=orthogonalEdgeStyle;rounded=1;orthogonalLoop=1;jettySize=auto;html=1;strokeColor=#3333FF;curved=0;dashed=1;exitX=0.5;exitY=1;exitDx=0;exitDy=0;endArrow=none;endFill=0;" target="0vSBfI8_46AL9H7hPHAw-7">
          <mxGeometry relative="1" as="geometry">
            <Array as="points">
              <mxPoint x="1244" y="460" />
              <mxPoint x="1030" y="460" />
            </Array>
          </mxGeometry>
        </mxCell>
        <mxCell id="59XTsty1G1Yx93DkZX_j-221" parent="1" style="rounded=0;whiteSpace=wrap;html=1;fillColor=#b1ddf0;strokeColor=#10739e;" value="Wireless Router" vertex="1">
          <mxGeometry height="30" width="80" x="1204.35" y="410" as="geometry" />
        </mxCell>
        <mxCell id="59XTsty1G1Yx93DkZX_j-222" parent="1" style="rounded=0;whiteSpace=wrap;html=1;fillColor=#b1ddf0;strokeColor=#10739e;" value="Joystick and Throttle" vertex="1">
          <mxGeometry height="30" width="80" x="1119.35" y="410" as="geometry" />
        </mxCell>
        <mxCell id="59XTsty1G1Yx93DkZX_j-242" edge="1" parent="1" source="59XTsty1G1Yx93DkZX_j-231" style="edgeStyle=orthogonalEdgeStyle;orthogonalLoop=1;jettySize=auto;html=1;entryX=0.25;entryY=0;entryDx=0;entryDy=0;dashed=1;strokeColor=#3333FF;endArrow=none;endFill=0;" target="59XTsty1G1Yx93DkZX_j-123">
          <mxGeometry relative="1" as="geometry">
            <Array as="points">
              <mxPoint x="1055" y="900" />
              <mxPoint x="1535" y="900" />
            </Array>
          </mxGeometry>
        </mxCell>
        <mxCell id="59XTsty1G1Yx93DkZX_j-243" edge="1" parent="1" source="59XTsty1G1Yx93DkZX_j-231" style="edgeStyle=orthogonalEdgeStyle;orthogonalLoop=1;jettySize=auto;html=1;entryX=0.25;entryY=0;entryDx=0;entryDy=0;dashed=1;strokeColor=#3333FF;endArrow=none;endFill=0;" target="59XTsty1G1Yx93DkZX_j-124">
          <mxGeometry relative="1" as="geometry">
            <Array as="points">
              <mxPoint x="1055" y="900" />
              <mxPoint x="1595" y="900" />
            </Array>
          </mxGeometry>
        </mxCell>
        <mxCell id="59XTsty1G1Yx93DkZX_j-244" edge="1" parent="1" source="59XTsty1G1Yx93DkZX_j-231" style="edgeStyle=orthogonalEdgeStyle;orthogonalLoop=1;jettySize=auto;html=1;entryX=0.25;entryY=0;entryDx=0;entryDy=0;dashed=1;strokeColor=#3333FF;endArrow=none;endFill=0;" target="59XTsty1G1Yx93DkZX_j-122">
          <mxGeometry relative="1" as="geometry">
            <Array as="points">
              <mxPoint x="1055" y="900" />
              <mxPoint x="1475" y="900" />
            </Array>
          </mxGeometry>
        </mxCell>
        <mxCell id="59XTsty1G1Yx93DkZX_j-245" edge="1" parent="1" source="59XTsty1G1Yx93DkZX_j-231" style="edgeStyle=orthogonalEdgeStyle;orthogonalLoop=1;jettySize=auto;html=1;entryX=0.25;entryY=0;entryDx=0;entryDy=0;dashed=1;strokeColor=#3333FF;endArrow=none;endFill=0;" target="59XTsty1G1Yx93DkZX_j-121">
          <mxGeometry relative="1" as="geometry">
            <Array as="points">
              <mxPoint x="1055" y="900" />
              <mxPoint x="1415" y="900" />
            </Array>
          </mxGeometry>
        </mxCell>
        <mxCell id="59XTsty1G1Yx93DkZX_j-246" edge="1" parent="1" source="59XTsty1G1Yx93DkZX_j-231" style="edgeStyle=orthogonalEdgeStyle;orthogonalLoop=1;jettySize=auto;html=1;entryX=0.25;entryY=0;entryDx=0;entryDy=0;dashed=1;strokeColor=#3333FF;endArrow=none;endFill=0;" target="59XTsty1G1Yx93DkZX_j-118">
          <mxGeometry relative="1" as="geometry">
            <Array as="points">
              <mxPoint x="1055" y="900" />
              <mxPoint x="1355" y="900" />
            </Array>
          </mxGeometry>
        </mxCell>
        <mxCell id="59XTsty1G1Yx93DkZX_j-247" edge="1" parent="1" source="59XTsty1G1Yx93DkZX_j-231" style="edgeStyle=orthogonalEdgeStyle;orthogonalLoop=1;jettySize=auto;html=1;entryX=0.25;entryY=0;entryDx=0;entryDy=0;dashed=1;strokeColor=#3333FF;endArrow=none;endFill=0;" target="59XTsty1G1Yx93DkZX_j-117">
          <mxGeometry relative="1" as="geometry">
            <Array as="points">
              <mxPoint x="1055" y="900" />
              <mxPoint x="1295" y="900" />
            </Array>
          </mxGeometry>
        </mxCell>
        <mxCell id="59XTsty1G1Yx93DkZX_j-248" edge="1" parent="1" source="59XTsty1G1Yx93DkZX_j-231" style="edgeStyle=orthogonalEdgeStyle;orthogonalLoop=1;jettySize=auto;html=1;entryX=0.25;entryY=0;entryDx=0;entryDy=0;dashed=1;strokeColor=#3333FF;endArrow=none;endFill=0;" target="59XTsty1G1Yx93DkZX_j-120">
          <mxGeometry relative="1" as="geometry">
            <Array as="points">
              <mxPoint x="1055" y="900" />
              <mxPoint x="1235" y="900" />
            </Array>
          </mxGeometry>
        </mxCell>
        <mxCell id="59XTsty1G1Yx93DkZX_j-249" edge="1" parent="1" source="59XTsty1G1Yx93DkZX_j-231" style="edgeStyle=orthogonalEdgeStyle;orthogonalLoop=1;jettySize=auto;html=1;entryX=0.25;entryY=0;entryDx=0;entryDy=0;dashed=1;strokeColor=#3333FF;endArrow=none;endFill=0;" target="59XTsty1G1Yx93DkZX_j-116">
          <mxGeometry relative="1" as="geometry">
            <Array as="points">
              <mxPoint x="1055" y="900" />
              <mxPoint x="1175" y="900" />
            </Array>
          </mxGeometry>
        </mxCell>
        <mxCell id="0vSBfI8_46AL9H7hPHAw-2" edge="1" parent="1" source="59XTsty1G1Yx93DkZX_j-231" style="edgeStyle=orthogonalEdgeStyle;rounded=1;orthogonalLoop=1;jettySize=auto;html=1;entryX=0;entryY=0.5;entryDx=0;entryDy=0;dashed=1;strokeColor=#3333FF;curved=0;endArrow=none;endFill=0;" target="59XTsty1G1Yx93DkZX_j-155">
          <mxGeometry relative="1" as="geometry" />
        </mxCell>
        <mxCell id="0vSBfI8_46AL9H7hPHAw-6" edge="1" parent="1" source="59XTsty1G1Yx93DkZX_j-231" style="edgeStyle=orthogonalEdgeStyle;rounded=1;orthogonalLoop=1;jettySize=auto;html=1;entryX=0;entryY=0.5;entryDx=0;entryDy=0;curved=0;dashed=1;strokeColor=#3333FF;endArrow=none;endFill=0;" target="0vSBfI8_46AL9H7hPHAw-3">
          <mxGeometry relative="1" as="geometry" />
        </mxCell>
        <mxCell id="59XTsty1G1Yx93DkZX_j-231" parent="1" style="rounded=0;whiteSpace=wrap;html=1;fillColor=#b1ddf0;strokeColor=#10739e;" value="Motor Controller" vertex="1">
          <mxGeometry height="30" width="80" x="1015" y="860" as="geometry" />
        </mxCell>
        <mxCell id="0vSBfI8_46AL9H7hPHAw-3" parent="1" style="rounded=0;whiteSpace=wrap;html=1;fillColor=#b1ddf0;strokeColor=#10739e;" value="Spinner Tool Servo" vertex="1">
          <mxGeometry height="30" width="80" x="1165" y="780" as="geometry" />
        </mxCell>
        <mxCell id="0vSBfI8_46AL9H7hPHAw-30" edge="1" parent="1" source="0vSBfI8_46AL9H7hPHAw-7" style="edgeStyle=orthogonalEdgeStyle;rounded=1;orthogonalLoop=1;jettySize=auto;html=1;entryX=0.167;entryY=-0.009;entryDx=0;entryDy=0;dashed=1;strokeColor=#3333FF;curved=0;entryPerimeter=0;endArrow=none;endFill=0;" target="59XTsty1G1Yx93DkZX_j-111">
          <mxGeometry relative="1" as="geometry">
            <Array as="points">
              <mxPoint x="940" y="280" />
            </Array>
          </mxGeometry>
        </mxCell>
        <mxCell id="0vSBfI8_46AL9H7hPHAw-40" connectable="0" parent="0vSBfI8_46AL9H7hPHAw-30" style="edgeLabel;html=1;align=center;verticalAlign=middle;resizable=0;points=[];" value="TETHER (DATA)" vertex="1">
          <mxGeometry relative="1" x="-0.3495" as="geometry">
            <mxPoint as="offset" />
          </mxGeometry>
        </mxCell>
        <mxCell id="0vSBfI8_46AL9H7hPHAw-7" parent="1" style="rounded=0;whiteSpace=wrap;html=1;fillColor=#f8cecc;strokeColor=#b85450;fontStyle=1" value="Fathom-X Tether Interface" vertex="1">
          <mxGeometry height="60" width="120" x="975" y="250" as="geometry" />
        </mxCell>
        <mxCell id="0vSBfI8_46AL9H7hPHAw-19" parent="1" style="text;html=1;whiteSpace=wrap;strokeColor=none;fillColor=none;align=center;verticalAlign=middle;rounded=0;rotation=270;" value="&lt;font face=&quot;Helvetica&quot; style=&quot;font-size: 28px;&quot;&gt;&lt;b&gt;&lt;span style=&quot;color: rgb(0, 102, 204);&quot;&gt;IN WATER&lt;/span&gt;&lt;/b&gt;&lt;/font&gt;" vertex="1">
          <mxGeometry height="30" width="140.65" x="809.03" y="549.67" as="geometry" />
        </mxCell>
        <mxCell id="0vSBfI8_46AL9H7hPHAw-21" edge="1" parent="1" style="endArrow=none;html=1;rounded=0;strokeWidth=3;fillColor=#fad7ac;strokeColor=#b46504;shadow=1;" value="">
          <mxGeometry height="50" relative="1" width="50" as="geometry">
            <mxPoint x="889.35" y="480" as="sourcePoint" />
            <mxPoint x="890" y="150" as="targetPoint" />
          </mxGeometry>
        </mxCell>
        <mxCell id="0vSBfI8_46AL9H7hPHAw-24" edge="1" parent="1" style="endArrow=none;html=1;rounded=0;strokeWidth=3;fillColor=#fad7ac;strokeColor=#b46504;shadow=1;" value="">
          <mxGeometry height="50" relative="1" width="50" as="geometry">
            <mxPoint x="890" y="150" as="sourcePoint" />
            <mxPoint x="1639.35" y="150" as="targetPoint" />
          </mxGeometry>
        </mxCell>
        <mxCell id="0vSBfI8_46AL9H7hPHAw-25" edge="1" parent="1" style="endArrow=none;html=1;rounded=0;strokeWidth=3;fillColor=#fad7ac;strokeColor=#b46504;shadow=1;" value="">
          <mxGeometry height="50" relative="1" width="50" as="geometry">
            <mxPoint x="1639.35" y="480" as="sourcePoint" />
            <mxPoint x="1639.35" y="150" as="targetPoint" />
          </mxGeometry>
        </mxCell>
        <mxCell id="0vSBfI8_46AL9H7hPHAw-26" edge="1" parent="1" style="endArrow=none;html=1;rounded=0;strokeWidth=3;fillColor=#fad7ac;strokeColor=#b46504;shadow=1;" value="">
          <mxGeometry height="50" relative="1" width="50" as="geometry">
            <mxPoint x="889.35" y="480" as="sourcePoint" />
            <mxPoint x="1639.35" y="480" as="targetPoint" />
          </mxGeometry>
        </mxCell>
        <mxCell id="0vSBfI8_46AL9H7hPHAw-27" parent="1" style="text;html=1;whiteSpace=wrap;strokeColor=none;fillColor=none;align=center;verticalAlign=middle;rounded=0;rotation=270;" value="&lt;font style=&quot;font-size: 28px; color: rgb(180, 101, 4);&quot;&gt;&lt;b&gt;SURFACE&lt;/b&gt;&lt;/font&gt;" vertex="1">
          <mxGeometry height="30" width="140" x="809.35" y="390" as="geometry" />
        </mxCell>
        <mxCell id="0vSBfI8_46AL9H7hPHAw-37" parent="1" style="rounded=0;whiteSpace=wrap;html=1;fillColor=#b1ddf0;strokeColor=#10739e;" value="Camera" vertex="1">
          <mxGeometry height="30" width="80" x="1165" y="620" as="geometry" />
        </mxCell>
      </root>
    </mxGraphModel>
  </diagram>
</mxfile>
